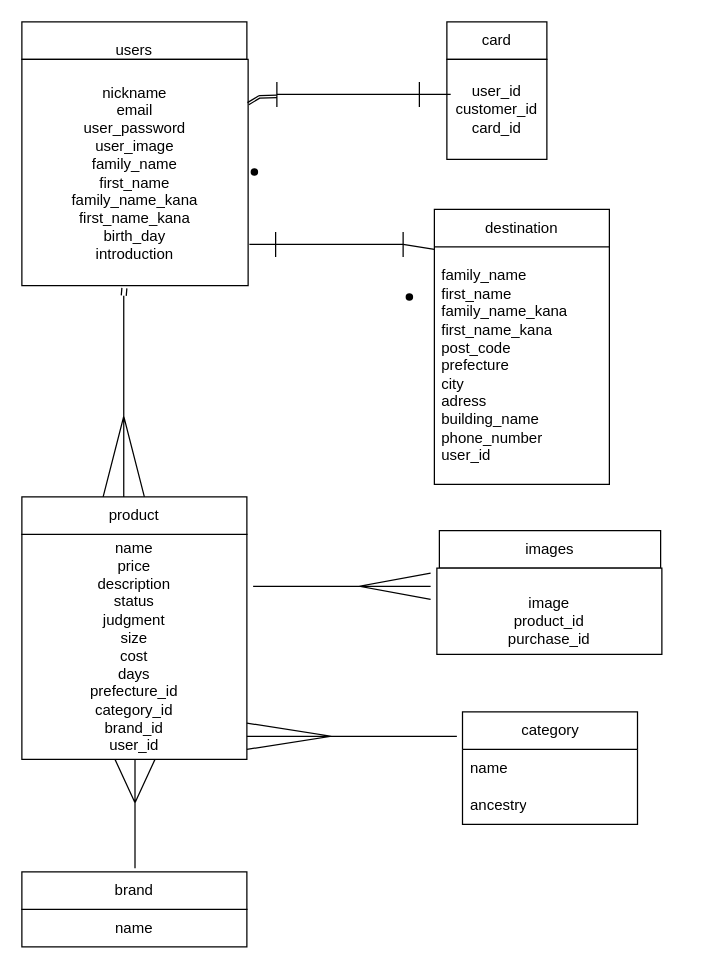
Before: test.drawio in funaaya/furima-39987, a draw.io diagram. Source tidied: cells renumbered, new cells numbered last; positions are measured from the earlier drawing's top-left corner, leaving out a move shared by most shapes. Both pictures are drawn from the tidied source at 125%, with x=0, y=0 at pixel (21, 21).
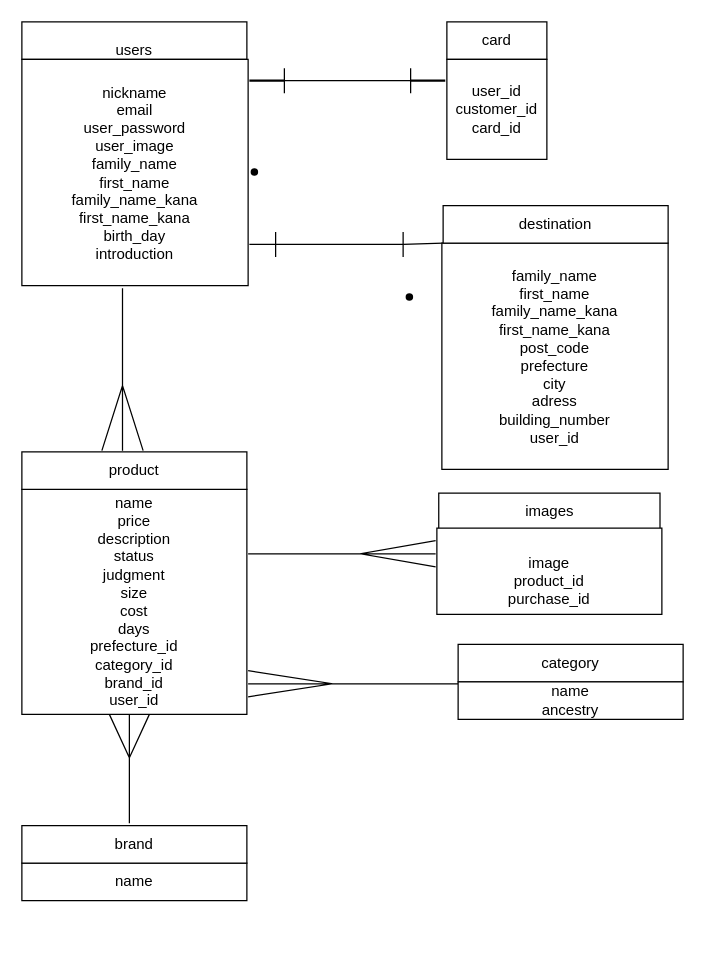
The same diagram, later.

Unchanged cells that the change refers to:
```xml
<mxCell id="4" value="user_id&lt;br&gt;customer_id&lt;br&gt;card_id&lt;br&gt;" style="whiteSpace=wrap;html=1;fontSize=12;" parent="1" vertex="1">
  <mxGeometry x="340" y="30" width="80" height="80" as="geometry" />
</mxCell>
<mxCell id="6" value="nickname&lt;br&gt;email&lt;br&gt;user_password&lt;br&gt;user_image&lt;br&gt;family_name&lt;br&gt;first_name&lt;br&gt;family_name_kana&lt;br&gt;first_name_kana&lt;br&gt;birth_day&lt;br&gt;introduction" style="whiteSpace=wrap;html=1;fontSize=12;" parent="1" vertex="1">
  <mxGeometry y="30" width="181" height="181" as="geometry" />
</mxCell>
<mxCell id="24" style="shape=crossbar;whiteSpace=wrap;html=1;rounded=1;fontSize=3;" parent="1" vertex="1">
  <mxGeometry x="203" y="168" width="102" height="20" as="geometry" />
</mxCell>
```

What changed in the source:
```diff
@@
     <mxCell id="2" value="images" style="rounded=0;whiteSpace=wrap;html=1;" parent="1" vertex="1">
-      <mxGeometry x="334" y="407" width="177" height="30" as="geometry" />
+      <mxGeometry x="333.5" y="377" width="177" height="30" as="geometry" />
     </mxCell>
@@
     <mxCell id="7" value="name&lt;br&gt;price&lt;br&gt;description&lt;br&gt;status&lt;br&gt;judgment&lt;br&gt;size&lt;br&gt;cost&lt;br&gt;days&lt;br&gt;prefecture_id&lt;br&gt;category_id&lt;br&gt;brand_id&lt;br&gt;user_id" style="whiteSpace=wrap;html=1;fontSize=12;" parent="1" vertex="1">
-      <mxGeometry y="410" width="180" height="180" as="geometry" />
+      <mxGeometry y="374" width="180" height="180" as="geometry" />
     </mxCell>
     <mxCell id="8" value="product" style="rounded=0;whiteSpace=wrap;html=1;" parent="1" vertex="1">
-      <mxGeometry y="380" width="180" height="30" as="geometry" />
+      <mxGeometry y="344" width="180" height="30" as="geometry" />
     </mxCell>
     <mxCell id="9" value="name" style="rounded=0;whiteSpace=wrap;html=1;" parent="1" vertex="1">
-      <mxGeometry y="710" width="180" height="30" as="geometry" />
+      <mxGeometry y="673" width="180" height="30" as="geometry" />
     </mxCell>
     <mxCell id="10" value="brand" style="rounded=0;whiteSpace=wrap;html=1;" parent="1" vertex="1">
-      <mxGeometry y="680" width="180" height="30" as="geometry" />
+      <mxGeometry y="643" width="180" height="30" as="geometry" />
     </mxCell>
     <mxCell id="11" value="&lt;br&gt;image&lt;br&gt;product_id&lt;br&gt;purchase_id" style="rounded=0;whiteSpace=wrap;html=1;" parent="1" vertex="1">
-      <mxGeometry x="332" y="437" width="180" height="69" as="geometry" />
+      <mxGeometry x="332" y="405" width="180" height="69" as="geometry" />
     </mxCell>
-    <mxCell id="12" value="category" style="swimlane;fontStyle=0;horizontal=1;startSize=30;whiteSpace=wrap;html=1;fontSize=12;" parent="1" vertex="1">
-      <mxGeometry x="352.5" y="552" width="140" height="90" as="geometry" />
-    </mxCell>
-    <mxCell id="13" value="name" style="text;strokeColor=none;fillColor=none;align=left;verticalAlign=middle;spacingLeft=4;spacingRight=4;overflow=hidden;whiteSpace=wrap;html=1;fontSize=12;" parent="12" vertex="1">
-      <mxGeometry y="30" width="140" height="30" as="geometry" />
-    </mxCell>
-    <mxCell id="14" value="ancestry" style="text;strokeColor=none;fillColor=none;align=left;verticalAlign=middle;spacingLeft=4;spacingRight=4;overflow=hidden;whiteSpace=wrap;html=1;fontSize=12;" parent="12" vertex="1">
-      <mxGeometry y="60" width="140" height="30" as="geometry" />
-    </mxCell>
-    <mxCell id="15" value="destination" style="swimlane;fontStyle=0;horizontal=1;startSize=30;whiteSpace=wrap;html=1;fontSize=12;" parent="1" vertex="1">
-      <mxGeometry x="330" y="150" width="140" height="220" as="geometry" />
-    </mxCell>
-    <mxCell id="16" value="family_name&lt;br&gt;first_name&lt;br&gt;family_name_kana&lt;br&gt;first_name_kana&lt;br&gt;post_code&lt;br&gt;prefecture&lt;br&gt;city&lt;br&gt;adress&lt;br&gt;building_name&lt;br&gt;phone_number&lt;br&gt;user_id&lt;br&gt;" style="text;strokeColor=none;fillColor=none;align=left;verticalAlign=middle;spacingLeft=4;spacingRight=4;overflow=hidden;points=[[0,0.5],[1,0.5]];portConstraint=eastwest;whiteSpace=wrap;html=1;fontSize=12;" parent="15" vertex="1">
-      <mxGeometry y="30" width="140" height="190" as="geometry" />
-    </mxCell>
@@
-    <mxCell id="19" style="edgeStyle=none;shape=link;html=1;fontSize=3;width=2;" parent="1" edge="1" source="21" target="6">
-      <mxGeometry relative="1" as="geometry">
-        <Array as="points">
-          <mxPoint x="190" y="60" />
-        </Array>
-      </mxGeometry>
-    </mxCell>
-    <mxCell id="20" style="edgeStyle=none;shape=link;html=1;exitX=1;exitY=0.5;exitDx=0;exitDy=0;exitPerimeter=0;entryX=0.038;entryY=0.35;entryDx=0;entryDy=0;entryPerimeter=0;fontSize=3;width=0;" parent="1" edge="1" source="21" target="4">
-      <mxGeometry relative="1" as="geometry" />
-    </mxCell>
-    <mxCell id="21" style="shape=crossbar;whiteSpace=wrap;html=1;rounded=1;fontSize=3;" parent="1" vertex="1">
-      <mxGeometry x="204" y="48" width="114" height="20" as="geometry" />
-    </mxCell>
+    <mxCell id="30" style="edgeStyle=none;shape=link;html=1;exitX=0;exitY=0.5;exitDx=0;exitDy=0;exitPerimeter=0;fontSize=3;" parent="1" edge="1">
+      <mxGeometry relative="1" as="geometry">
+        <mxPoint x="191" y="58" as="sourcePoint" />
+        <mxPoint x="191" y="58.3" as="targetPoint" />
+      </mxGeometry>
+    </mxCell>
@@
-    <mxCell id="23" style="edgeStyle=none;shape=link;html=1;fontSize=3;exitX=1;exitY=0.5;exitDx=0;exitDy=0;exitPerimeter=0;width=0;entryX=0;entryY=0.011;entryDx=0;entryDy=0;entryPerimeter=0;" parent="1" edge="1" source="24" target="16">
+    <mxCell id="23" style="edgeStyle=none;shape=link;html=1;fontSize=3;exitX=1;exitY=0.5;exitDx=0;exitDy=0;exitPerimeter=0;width=0;entryX=0;entryY=1;entryDx=0;entryDy=0;" parent="1" edge="1" source="24" target="15">
       <mxGeometry relative="1" as="geometry" />
     </mxCell>
@@
-    <mxCell id="25" style="edgeStyle=none;shape=link;html=1;exitX=0.5;exitY=1;exitDx=0;exitDy=0;exitPerimeter=0;fontSize=3;" parent="1" edge="1" source="26">
-      <mxGeometry relative="1" as="geometry">
-        <mxPoint x="82" y="213" as="targetPoint" />
-      </mxGeometry>
-    </mxCell>
     <mxCell id="26" style="verticalLabelPosition=bottom;shadow=0;dashed=0;align=center;html=1;verticalAlign=top;shape=mxgraph.electrical.radio.aerial_-_antenna_1;fontSize=3;direction=west;" parent="1" vertex="1">
-      <mxGeometry x="65" y="219" width="33" height="161" as="geometry" />
+      <mxGeometry x="64" y="213" width="33" height="130" as="geometry" />
     </mxCell>
     <mxCell id="27" style="verticalLabelPosition=bottom;shadow=0;dashed=0;align=center;html=1;verticalAlign=top;shape=mxgraph.electrical.radio.aerial_-_antenna_1;fontSize=3;direction=east;" parent="1" vertex="1">
-      <mxGeometry x="74.5" y="590" width="32" height="87" as="geometry" />
+      <mxGeometry x="70" y="554" width="32" height="87" as="geometry" />
     </mxCell>
     <mxCell id="28" style="verticalLabelPosition=bottom;shadow=0;dashed=0;align=center;html=1;verticalAlign=top;shape=mxgraph.electrical.radio.aerial_-_antenna_1;fontSize=3;direction=south;" parent="1" vertex="1">
-      <mxGeometry x="185" y="441" width="142" height="21" as="geometry" />
+      <mxGeometry x="181" y="415" width="150" height="21" as="geometry" />
     </mxCell>
     <mxCell id="29" style="verticalLabelPosition=bottom;shadow=0;dashed=0;align=center;html=1;verticalAlign=top;shape=mxgraph.electrical.radio.aerial_-_antenna_1;fontSize=3;direction=north;" parent="1" vertex="1">
-      <mxGeometry x="180" y="561" width="168" height="21" as="geometry" />
+      <mxGeometry x="181" y="519" width="168" height="21" as="geometry" />
     </mxCell>
+    <mxCell id="31" value="family_name&lt;br&gt;first_name&lt;br&gt;family_name_kana&lt;br&gt;first_name_kana&lt;br&gt;post_code&lt;br&gt;prefecture&lt;br&gt;city&lt;br&gt;adress&lt;br&gt;building_number&lt;br&gt;user_id" style="whiteSpace=wrap;html=1;fontSize=12;" parent="1" vertex="1">
+      <mxGeometry x="336" y="177" width="181" height="181" as="geometry" />
+    </mxCell>
+    <mxCell id="15" value="destination" style="rounded=0;whiteSpace=wrap;html=1;fontSize=12;align=center;labelPosition=center;verticalLabelPosition=middle;verticalAlign=middle;" parent="1" vertex="1">
+      <mxGeometry x="337" y="147" width="180" height="30" as="geometry" />
+    </mxCell>
+    <mxCell id="12" value="category" style="rounded=0;whiteSpace=wrap;html=1;" parent="1" vertex="1">
+      <mxGeometry x="349" y="498" width="180" height="30" as="geometry" />
+    </mxCell>
+    <mxCell id="32" value="name&lt;br&gt;ancestry" style="rounded=0;whiteSpace=wrap;html=1;" parent="1" vertex="1">
+      <mxGeometry x="349" y="528" width="180" height="30" as="geometry" />
+    </mxCell>
+    <mxCell id="33" style="edgeStyle=none;shape=link;html=1;fontSize=3;width=0.6666666666666661;" parent="1" edge="1" source="35">
+      <mxGeometry relative="1" as="geometry">
+        <mxPoint x="338.7" y="47" as="targetPoint" />
+        <Array as="points">
+          <mxPoint x="325" y="47" />
+        </Array>
+      </mxGeometry>
+    </mxCell>
+    <mxCell id="34" style="edgeStyle=none;shape=link;html=1;fontSize=3;width=0.6666666666666661;" parent="1" edge="1" source="35">
+      <mxGeometry relative="1" as="geometry">
+        <mxPoint x="182" y="47" as="targetPoint" />
+      </mxGeometry>
+    </mxCell>
+    <mxCell id="35" style="shape=crossbar;whiteSpace=wrap;html=1;rounded=1;fontSize=3;" parent="1" vertex="1">
+      <mxGeometry x="210" y="37" width="101" height="20" as="geometry" />
+    </mxCell>
```
